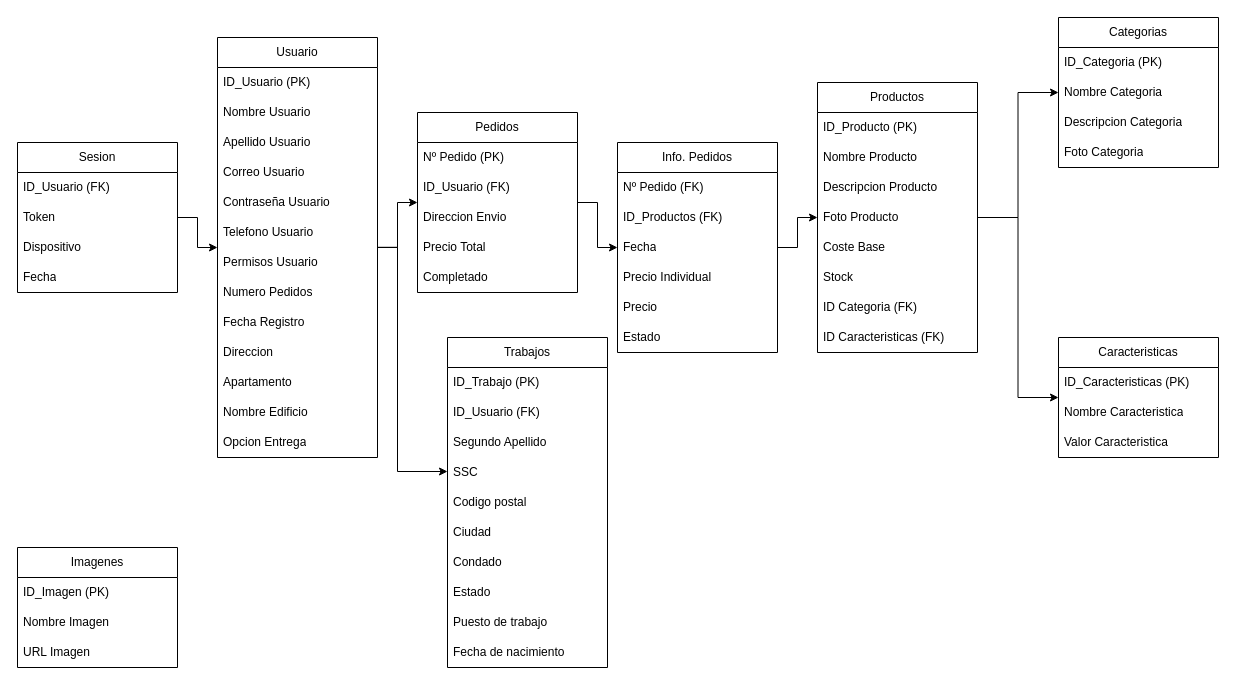
The draw.io diagram page "Tabla" (2 of 2) of BBDDTFG.drawio in meeeww/tfg_server, before the edit. Source tidied: cells renumbered, new cells numbered last; positions are measured from the earlier drawing's top-left corner, leaving out a move shared by most shapes. Both pictures are drawn from the tidied source at 100%, with x=0, y=0 at pixel (17, 17).
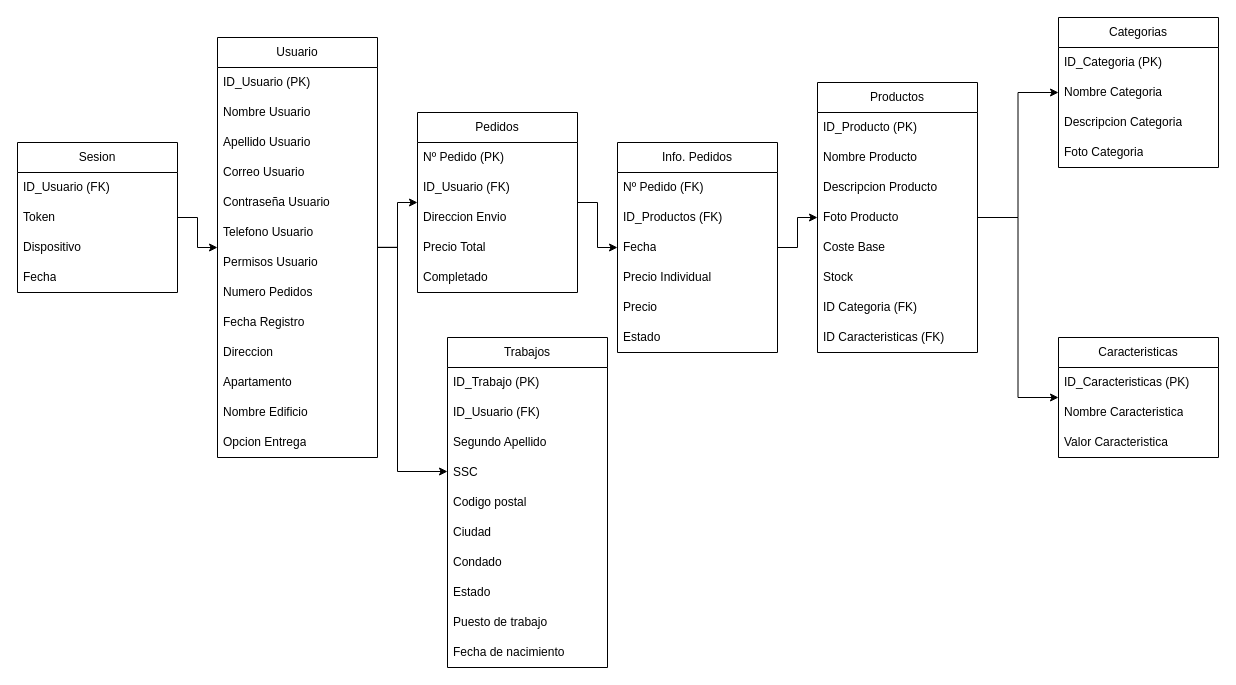
After the change.

What changed in the source:
```diff
@@
-    <mxCell id="58" value="Imagenes" style="swimlane;fontStyle=0;horizontal=1;startSize=30;whiteSpace=wrap;html=1;" parent="1" vertex="1">
-      <mxGeometry y="530" width="160" height="120" as="geometry" />
-    </mxCell>
-    <mxCell id="59" value="ID_Imagen (PK)" style="text;strokeColor=none;fillColor=none;align=left;verticalAlign=middle;spacingLeft=4;spacingRight=4;overflow=hidden;whiteSpace=wrap;html=1;" parent="58" vertex="1">
-      <mxGeometry y="30" width="160" height="30" as="geometry" />
-    </mxCell>
-    <mxCell id="60" value="Nombre Imagen" style="text;strokeColor=none;fillColor=none;align=left;verticalAlign=middle;spacingLeft=4;spacingRight=4;overflow=hidden;whiteSpace=wrap;html=1;" parent="58" vertex="1">
-      <mxGeometry y="60" width="160" height="30" as="geometry" />
-    </mxCell>
-    <mxCell id="61" value="URL Imagen" style="text;strokeColor=none;fillColor=none;align=left;verticalAlign=middle;spacingLeft=4;spacingRight=4;overflow=hidden;whiteSpace=wrap;html=1;" parent="58" vertex="1">
-      <mxGeometry y="90" width="160" height="30" as="geometry" />
-    </mxCell>
```
